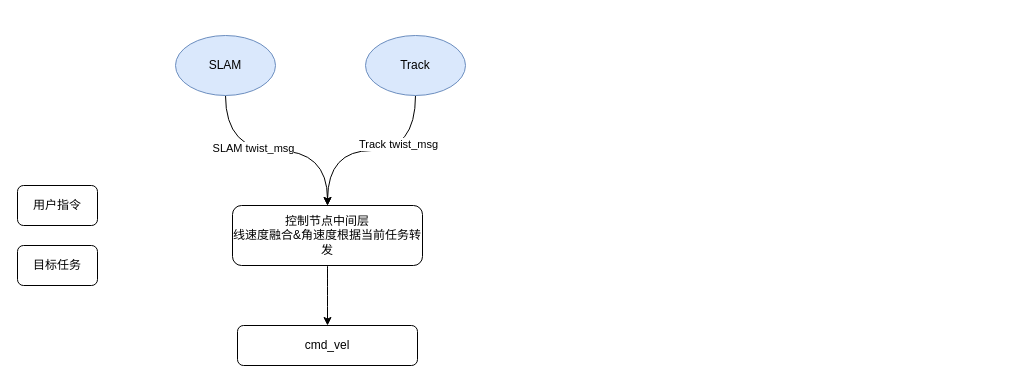
Above: WorkSpace/跟随&导航状态机想法.drawio in mailonghua/drawio (draw.io), before the change. Source tidied: cells renumbered, new cells numbered last; positions are measured from the earlier drawing's top-left corner, leaving out a move shared by most shapes. Both pictures are drawn from the tidied source at 100%, with x=0, y=0 at pixel (17, 35).
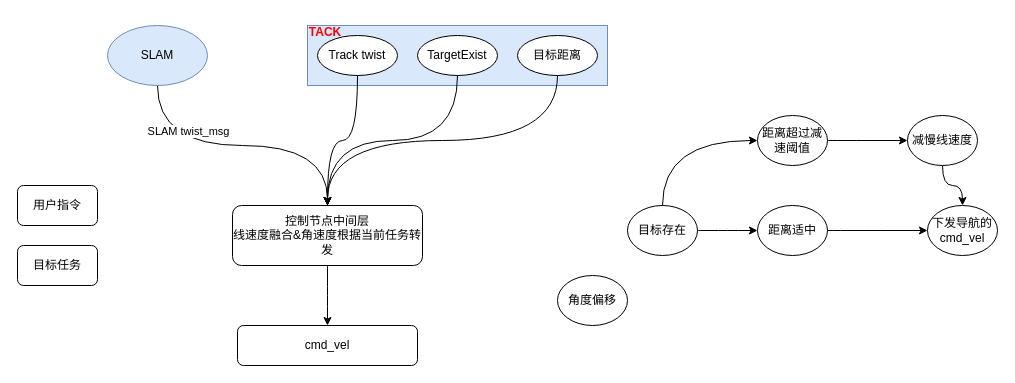
The same diagram, later.

Commit message (it also covers changes not shown here):
更新跟随&导航状态机想法.drawio

Unchanged cells that the change refers to:
```xml
<mxCell id="4" value="控制节点中间层&lt;div&gt;线速度融合&amp;amp;角速度根据当前任务转发&lt;/div&gt;" style="rounded=1;whiteSpace=wrap;html=1;" parent="1" vertex="1">
  <mxGeometry x="215" y="170" width="190" height="60" as="geometry" />
</mxCell>
<mxCell id="5" style="edgeStyle=orthogonalEdgeStyle;curved=1;rounded=0;jettySize=auto;html=1;exitX=0.5;exitY=1;exitDx=0;exitDy=0;entryX=0.5;entryY=0;entryDx=0;entryDy=0;" parent="1" edge="1" source="7" target="4">
  <mxGeometry relative="1" as="geometry" />
</mxCell>
```

Diff of the diagram source:
```diff
@@
     <mxCell id="6" value="SLAM twist_msg" style="edgeLabel;html=1;align=center;verticalAlign=middle;" parent="5" vertex="1">
-      <mxGeometry x="-0.23" y="3" relative="1" as="geometry" />
+      <mxGeometry x="-0.23" y="3" relative="1" as="geometry">
+        <mxPoint x="-22" y="-12" as="offset" />
+      </mxGeometry>
     </mxCell>
     <mxCell id="7" value="SLAM" style="ellipse;whiteSpace=wrap;html=1;fillColor=#dae8fc;strokeColor=#6c8ebf;" parent="1" vertex="1">
-      <mxGeometry x="158" width="100" height="60" as="geometry" />
+      <mxGeometry x="90" y="-10" width="100" height="60" as="geometry" />
     </mxCell>
-    <mxCell id="8" style="edgeStyle=orthogonalEdgeStyle;curved=1;rounded=0;jettySize=auto;html=1;exitX=0.5;exitY=1;exitDx=0;exitDy=0;" parent="1" edge="1" source="10">
-      <mxGeometry relative="1" as="geometry">
-        <mxPoint x="310" y="170" as="targetPoint" />
-      </mxGeometry>
-    </mxCell>
-    <mxCell id="9" value="Track twist_msg" style="edgeLabel;html=1;align=center;verticalAlign=middle;" parent="8" vertex="1">
-      <mxGeometry x="-0.26" y="-7" relative="1" as="geometry" />
-    </mxCell>
-    <mxCell id="10" value="Track" style="ellipse;whiteSpace=wrap;html=1;fillColor=#dae8fc;strokeColor=#6c8ebf;" parent="1" vertex="1">
-      <mxGeometry x="348" width="100" height="60" as="geometry" />
-    </mxCell>
@@
+    <mxCell id="13" style="edgeStyle=orthogonalEdgeStyle;curved=1;rounded=0;jettySize=auto;html=1;" parent="1" edge="1" source="15" target="17">
+      <mxGeometry relative="1" as="geometry" />
+    </mxCell>
+    <mxCell id="14" style="edgeStyle=orthogonalEdgeStyle;curved=1;rounded=0;jettySize=auto;html=1;exitX=0.5;exitY=0;exitDx=0;exitDy=0;entryX=0;entryY=0.5;entryDx=0;entryDy=0;" parent="1" edge="1" source="15" target="20">
+      <mxGeometry relative="1" as="geometry" />
+    </mxCell>
+    <mxCell id="15" value="目标存在" style="ellipse;whiteSpace=wrap;html=1;" parent="1" vertex="1">
+      <mxGeometry x="610" y="170" width="70" height="50" as="geometry" />
+    </mxCell>
+    <mxCell id="16" style="edgeStyle=orthogonalEdgeStyle;curved=1;rounded=0;jettySize=auto;html=1;" parent="1" edge="1" source="17" target="18">
+      <mxGeometry relative="1" as="geometry" />
+    </mxCell>
+    <mxCell id="17" value="距离适中" style="ellipse;whiteSpace=wrap;html=1;" parent="1" vertex="1">
+      <mxGeometry x="740" y="170" width="70" height="50" as="geometry" />
+    </mxCell>
+    <mxCell id="18" value="下发导航的cmd_vel" style="ellipse;whiteSpace=wrap;html=1;" parent="1" vertex="1">
+      <mxGeometry x="910" y="170" width="70" height="50" as="geometry" />
+    </mxCell>
+    <mxCell id="19" style="edgeStyle=orthogonalEdgeStyle;curved=1;rounded=0;jettySize=auto;html=1;" parent="1" edge="1" source="20" target="30">
+      <mxGeometry relative="1" as="geometry" />
+    </mxCell>
+    <mxCell id="20" value="距离超过减速阈值" style="ellipse;whiteSpace=wrap;html=1;" parent="1" vertex="1">
+      <mxGeometry x="740" y="80" width="70" height="50" as="geometry" />
+    </mxCell>
+    <mxCell id="21" style="group;fontStyle=1;" parent="1" vertex="1">
+      <mxGeometry x="290" y="-10" width="300" height="60" as="geometry" />
+    </mxCell>
+    <mxCell id="22" style="rounded=0;whiteSpace=wrap;html=1;fillColor=#dae8fc;strokeColor=#6c8ebf;" parent="21" vertex="1">
+      <mxGeometry width="300" height="60" as="geometry" />
+    </mxCell>
+    <mxCell id="10" value="Track twist" style="ellipse;whiteSpace=wrap;html=1;" parent="21" vertex="1">
+      <mxGeometry x="10" y="10" width="80" height="40" as="geometry" />
+    </mxCell>
+    <mxCell id="23" value="TargetExist" style="ellipse;whiteSpace=wrap;html=1;" parent="21" vertex="1">
+      <mxGeometry x="110" y="10" width="80" height="40" as="geometry" />
+    </mxCell>
+    <mxCell id="24" value="目标距离" style="ellipse;whiteSpace=wrap;html=1;" parent="21" vertex="1">
+      <mxGeometry x="210" y="10" width="80" height="40" as="geometry" />
+    </mxCell>
+    <mxCell id="25" value="TACK" style="text;strokeColor=none;align=center;fillColor=none;html=1;verticalAlign=middle;whiteSpace=wrap;rounded=0;fontColor=#FF0000;fontStyle=1;" parent="21" vertex="1">
+      <mxGeometry x="-12" y="-8" width="60" height="30" as="geometry" />
+    </mxCell>
+    <mxCell id="26" style="edgeStyle=orthogonalEdgeStyle;curved=1;rounded=0;jettySize=auto;html=1;exitX=0.5;exitY=1;exitDx=0;exitDy=0;entryX=0.5;entryY=0;entryDx=0;entryDy=0;" parent="1" edge="1" source="10" target="4">
+      <mxGeometry relative="1" as="geometry" />
+    </mxCell>
+    <mxCell id="27" style="edgeStyle=orthogonalEdgeStyle;curved=1;rounded=0;jettySize=auto;html=1;exitX=0.5;exitY=1;exitDx=0;exitDy=0;" parent="1" edge="1" source="23" target="4">
+      <mxGeometry relative="1" as="geometry" />
+    </mxCell>
+    <mxCell id="28" style="edgeStyle=orthogonalEdgeStyle;curved=1;rounded=0;jettySize=auto;html=1;exitX=0.5;exitY=1;exitDx=0;exitDy=0;" parent="1" edge="1" source="24" target="4">
+      <mxGeometry relative="1" as="geometry" />
+    </mxCell>
+    <mxCell id="29" style="edgeStyle=orthogonalEdgeStyle;curved=1;rounded=0;jettySize=auto;html=1;exitX=0.5;exitY=1;exitDx=0;exitDy=0;entryX=0.5;entryY=0;entryDx=0;entryDy=0;" parent="1" edge="1" source="30" target="18">
+      <mxGeometry relative="1" as="geometry" />
+    </mxCell>
+    <mxCell id="30" value="减慢线速度" style="ellipse;whiteSpace=wrap;html=1;" parent="1" vertex="1">
+      <mxGeometry x="890" y="80" width="70" height="50" as="geometry" />
+    </mxCell>
+    <mxCell id="31" value="角度偏移" style="ellipse;whiteSpace=wrap;html=1;" parent="1" vertex="1">
+      <mxGeometry x="540" y="240" width="70" height="50" as="geometry" />
+    </mxCell>
```
